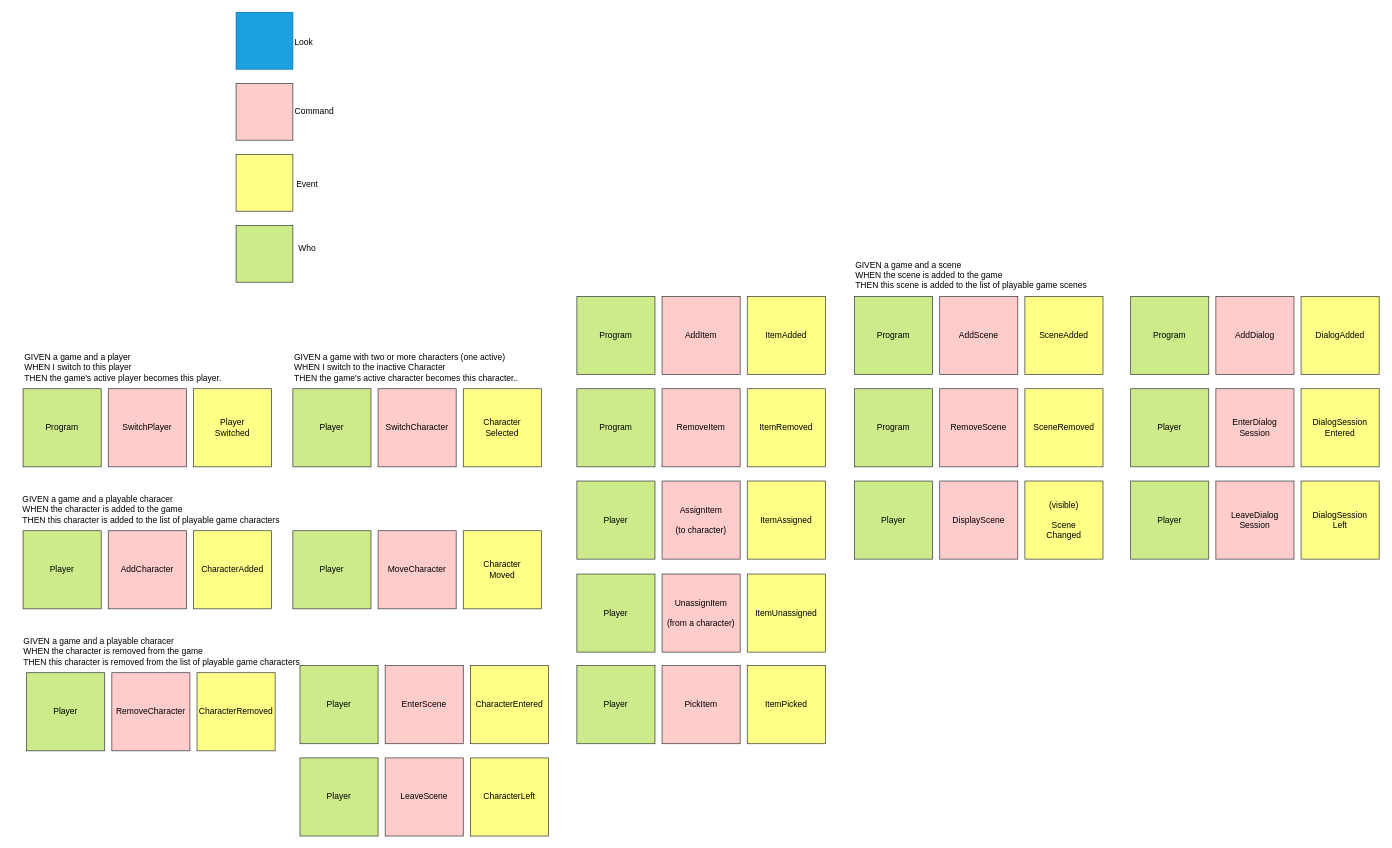
Earlier version of the draw.io diagram page "Stickers" (1 of 4) of doc/dev/EventStorming.drawio (lspawn74/Medness). Source tidied: cells renumbered, new cells numbered last; positions are measured from the earlier drawing's top-left corner, leaving out a move shared by most shapes. Both pictures are drawn from the tidied source at 71%, with x=0, y=0 at pixel (12, 12).
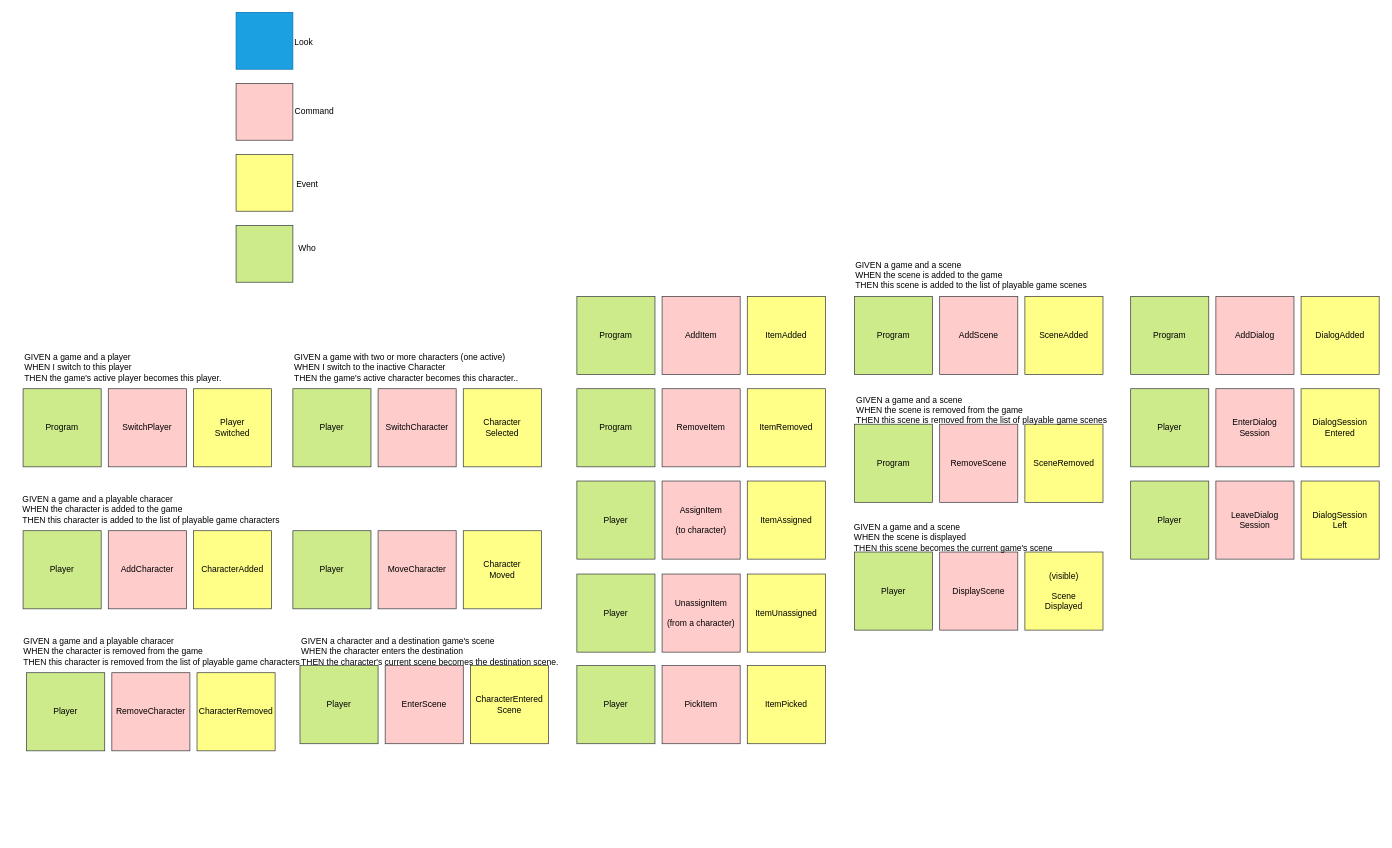
The same diagram, later.

The change refers to these unchanged cells:
```xml
<mxCell id="26" style="group;" parent="1" vertex="1">
  <mxGeometry x="405" y="920" width="350" height="110" as="geometry" />
</mxCell>
```

The edit, as a diff of the source:
```diff
@@
     <mxCell id="22" style="group;" parent="1" vertex="1">
-      <mxGeometry x="1186" y="660" width="350" height="110" as="geometry" />
+      <mxGeometry x="1186" y="760" width="350" height="110" as="geometry" />
     </mxCell>
-    <mxCell id="23" value="(visible)&lt;div&gt;&lt;br&gt;&lt;/div&gt;&lt;div&gt;Scene&lt;div&gt;Changed&lt;/div&gt;&lt;/div&gt;" style="whiteSpace=wrap;html=1;fillColor=#ffff88;strokeColor=#36393d;fontColor=#000000;" parent="22" vertex="1">
+    <mxCell id="23" value="(visible)&lt;div&gt;&lt;br&gt;&lt;/div&gt;&lt;div&gt;Scene&lt;div&gt;Displayed&lt;/div&gt;&lt;/div&gt;" style="whiteSpace=wrap;html=1;fillColor=#ffff88;strokeColor=#36393d;fontColor=#000000;" parent="22" vertex="1">
       <mxGeometry x="240" width="110" height="110" as="geometry" />
     </mxCell>
@@
-    <mxCell id="27" value="CharacterEnter&lt;span style=&quot;background-color: initial;&quot;&gt;ed&lt;/span&gt;" style="whiteSpace=wrap;html=1;fillColor=#ffff88;strokeColor=#36393d;fontColor=#000000;" parent="26" vertex="1">
+    <mxCell id="27" value="CharacterEnter&lt;span style=&quot;background-color: initial;&quot;&gt;ed&lt;/span&gt;&lt;div&gt;&lt;span style=&quot;background-color: initial;&quot;&gt;Scene&lt;/span&gt;&lt;/div&gt;" style="whiteSpace=wrap;html=1;fillColor=#ffff88;strokeColor=#36393d;fontColor=#000000;" parent="26" vertex="1">
       <mxGeometry x="240" width="110" height="110" as="geometry" />
     </mxCell>
@@
-    <mxCell id="30" style="group;" parent="1" vertex="1">
-      <mxGeometry x="405" y="1050" width="350" height="110" as="geometry" />
-    </mxCell>
-    <mxCell id="31" value="CharacterLeft" style="whiteSpace=wrap;html=1;fillColor=#ffff88;strokeColor=#36393d;fontColor=#000000;" parent="30" vertex="1">
-      <mxGeometry x="240" width="110" height="110" as="geometry" />
-    </mxCell>
-    <mxCell id="32" value="LeaveScene" style="whiteSpace=wrap;html=1;fillColor=#ffcccc;strokeColor=#36393d;fontColor=#000000;" parent="30" vertex="1">
-      <mxGeometry x="120" width="110" height="110" as="geometry" />
-    </mxCell>
-    <mxCell id="33" value="Player" style="whiteSpace=wrap;html=1;fillColor=#cdeb8b;strokeColor=#36393d;fontColor=#000000;" parent="30" vertex="1">
-      <mxGeometry width="110" height="110" as="geometry" />
-    </mxCell>
@@
     <mxCell id="46" style="group;" parent="1" vertex="1">
-      <mxGeometry x="1186" y="530" width="350" height="110" as="geometry" />
+      <mxGeometry x="1186" y="580" width="350" height="110" as="geometry" />
     </mxCell>
@@
+    <mxCell id="87" value="GIVEN a character and a destination game's scene&lt;div&gt;WHEN the character enters the destination&lt;/div&gt;&lt;div&gt;THEN the character's current scene becomes the destination scene.&lt;/div&gt;" style="text;html=1;align=left;verticalAlign=middle;strokeColor=none;fillColor=none;" parent="1" vertex="1">
+      <mxGeometry x="405" y="870" width="390" height="60" as="geometry" />
+    </mxCell>
+    <mxCell id="88" value="&lt;div style=&quot;text-align: left;&quot;&gt;&lt;span style=&quot;background-color: initial;&quot;&gt;GIVEN a game and a scene&lt;/span&gt;&lt;/div&gt;&lt;div style=&quot;text-align: left;&quot;&gt;WHEN the scene is removed from the game&lt;br&gt;&lt;/div&gt;&lt;div style=&quot;text-align: left;&quot;&gt;THEN this scene is removed from the list of playable game scenes&lt;br&gt;&lt;/div&gt;" style="text;html=1;align=center;verticalAlign=middle;strokeColor=none;fillColor=none;" parent="1" vertex="1">
+      <mxGeometry x="1175" y="530" width="380" height="60" as="geometry" />
+    </mxCell>
+    <mxCell id="89" value="&lt;div style=&quot;text-align: left;&quot;&gt;&lt;span style=&quot;background-color: initial;&quot;&gt;GIVEN a game and a scene&lt;/span&gt;&lt;/div&gt;&lt;div style=&quot;text-align: left;&quot;&gt;WHEN the scene is displayed&lt;br&gt;&lt;/div&gt;&lt;div style=&quot;text-align: left;&quot;&gt;THEN this scene becomes the current game's scene&lt;br&gt;&lt;/div&gt;" style="text;html=1;align=center;verticalAlign=middle;strokeColor=none;fillColor=none;" parent="1" vertex="1">
+      <mxGeometry x="1175" y="710" width="300" height="60" as="geometry" />
+    </mxCell>
```
